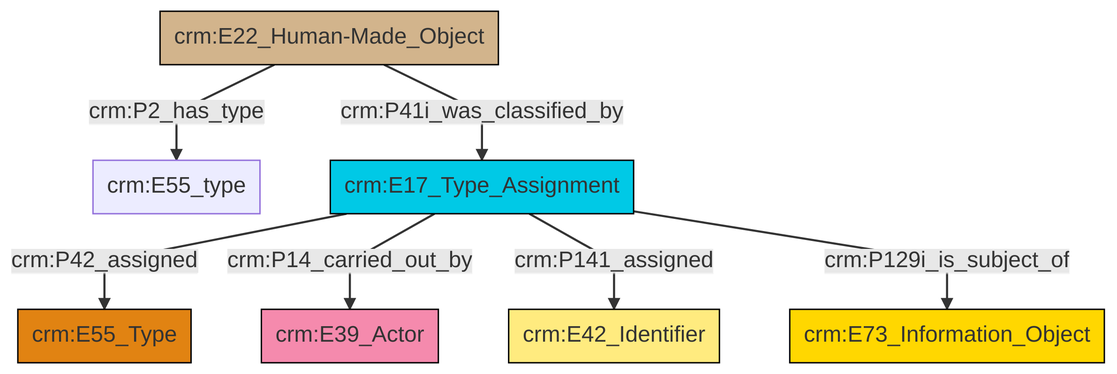
swiss-art-research-net/docs.swissartresearch keeps this Mermaid diagram as et/builtWorkCSV/ttl/mmd/png/Built_Work_designation_status.png. Above is the earlier version. Its source is kept beside it as et/builtWorkCSV/ttl/mmd/Built_Work_designation_status.ttl.mmd.
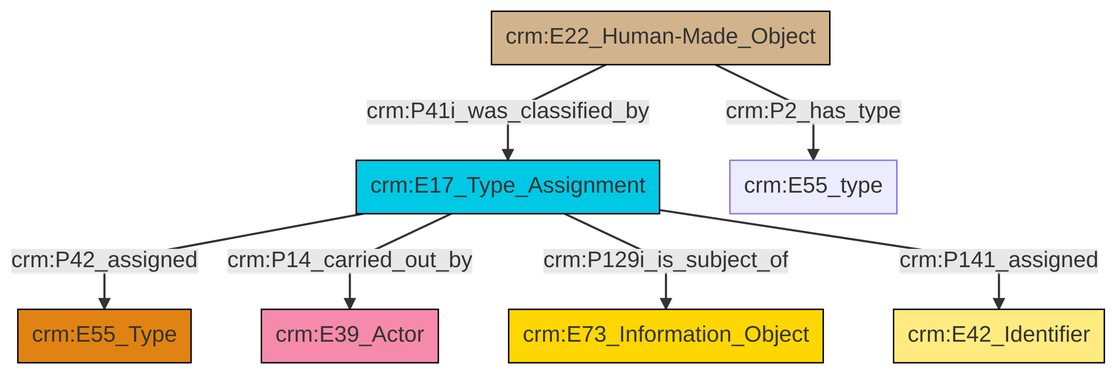
Above is the later version.

What changed in the source:
```diff
@@ -13,9 +13,9 @@
 classDef PC_Classes fill:#4ce600, stroke:#000000;
 classDef Multi fill:#cccccc,stroke:#000000;
 
-2["crm:E22_Human-Made_Object"]:::Physical_Thing -->|crm:P2_has_type| 3["crm:E55_type"]:::Default
-7["crm:E17_Type_Assignment"]:::Temporal_Entity -->|crm:P42_assigned| 0["crm:E55_Type"]:::Type
-7["crm:E17_Type_Assignment"]:::Temporal_Entity -->|crm:P14_carried_out_by| 8["crm:E39_Actor"]:::Actor
-2["crm:E22_Human-Made_Object"]:::Physical_Thing -->|crm:P41i_was_classified_by| 7["crm:E17_Type_Assignment"]:::Temporal_Entity
-7["crm:E17_Type_Assignment"]:::Temporal_Entity -->|crm:P141_assigned| 4["crm:E42_Identifier"]:::Appellation
-7["crm:E17_Type_Assignment"]:::Temporal_Entity -->|crm:P129i_is_subject_of| 10["crm:E73_Information_Object"]:::Conceptual_Object
+0["crm:E17_Type_Assignment"]:::Temporal_Entity -->|crm:P42_assigned| 1["crm:E55_Type"]:::Type
+3["crm:E22_Human-Made_Object"]:::Physical_Thing -->|crm:P41i_was_classified_by| 0["crm:E17_Type_Assignment"]:::Temporal_Entity
+0["crm:E17_Type_Assignment"]:::Temporal_Entity -->|crm:P14_carried_out_by| 10["crm:E39_Actor"]:::Actor
+3["crm:E22_Human-Made_Object"]:::Physical_Thing -->|crm:P2_has_type| 13["crm:E55_type"]:::Default
+0["crm:E17_Type_Assignment"]:::Temporal_Entity -->|crm:P129i_is_subject_of| 4["crm:E73_Information_Object"]:::Conceptual_Object
+0["crm:E17_Type_Assignment"]:::Temporal_Entity -->|crm:P141_assigned| 8["crm:E42_Identifier"]:::Appellation
```
